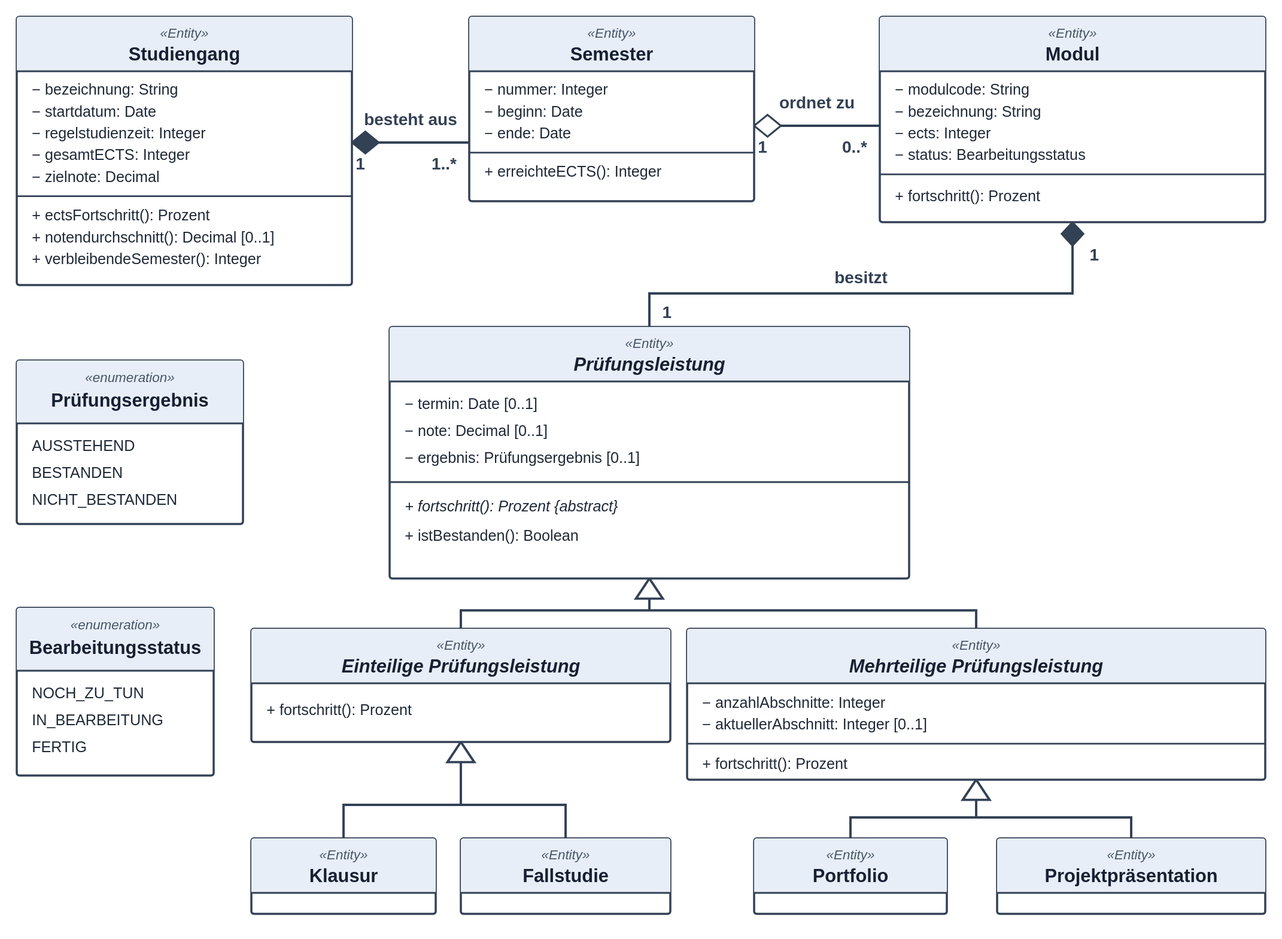
This is uml-klassendiagramm.svg from v277iy/Studien-Dashboard, a PlantUML export, as it was before one commit. Its source is kept beside it as uml-klassendiagramm.puml.
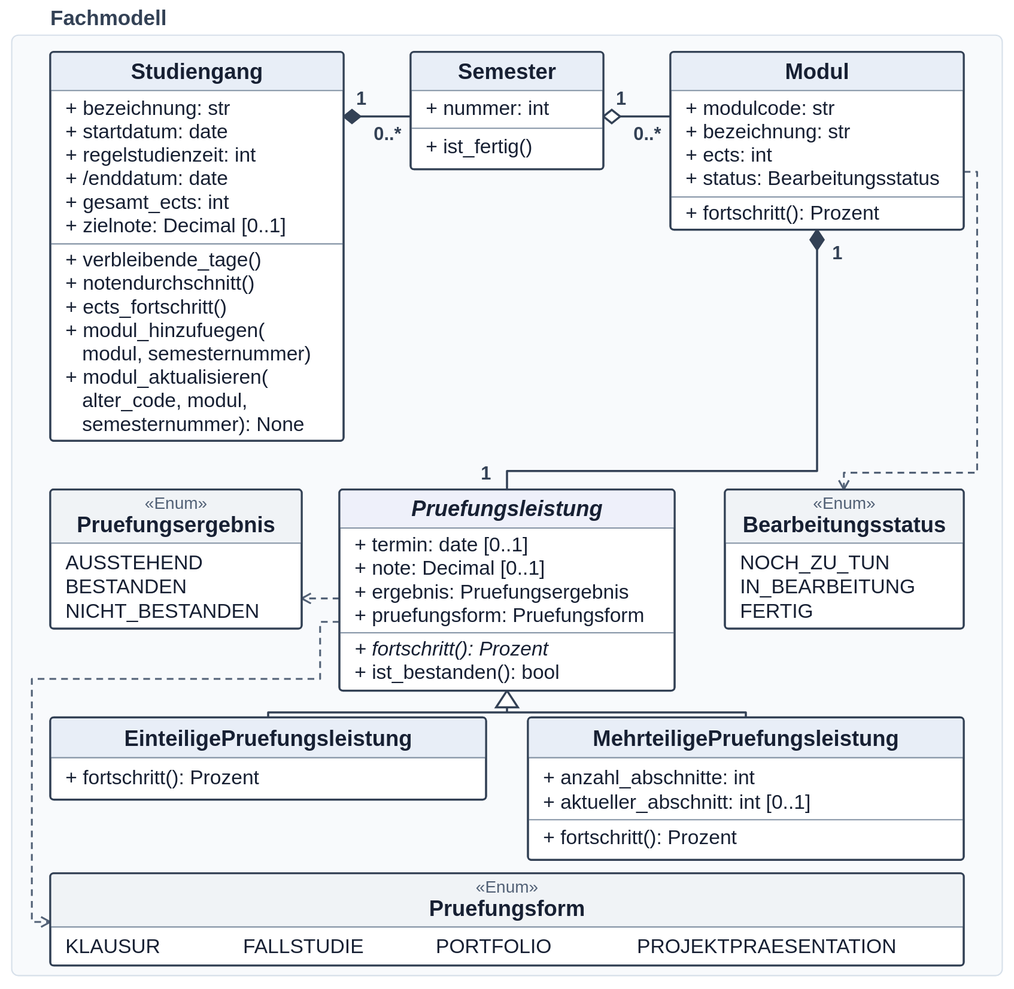
After the change.

Commit message:
Klassendiagramm an Gesamtarchitektur anpassen mit puml

The edit, as a diff of the source:
```diff
@@ -4,56 +4,53 @@
 hide circle
 skinparam classAttributeIconSize 0
 
-class Studiengang <<Entity>> {
-  - bezeichnung: String
-  - startdatum: Date
-  - regelstudienzeit: Integer
-  - gesamtECTS: Integer
-  - zielnote: Decimal
-  + ectsFortschritt(): Prozent
-  + notendurchschnitt(): Decimal [0..1]
-  + verbleibendeSemester(): Integer
+class Studiengang {
+  + bezeichnung: str
+  + startdatum: date
+  + regelstudienzeit: int
+  + /enddatum: date
+  + gesamt_ects: int
+  + zielnote: Decimal [0..1]
+  + verbleibende_tage()
+  + notendurchschnitt()
+  + ects_fortschritt()
+  + modul_hinzufuegen(modul, semesternummer)
+  + modul_aktualisieren(alter_code, modul, semesternummer): None
 }
 
-class Semester <<Entity>> {
-  - nummer: Integer
-  - beginn: Date
-  - ende: Date
-  + erreichteECTS(): Integer
+class Semester {
+  + nummer: int
+  + ist_fertig()
 }
 
-class Modul <<Entity>> {
-  - modulcode: String
-  - bezeichnung: String
-  - ects: Integer
-  - status: Bearbeitungsstatus
+class Modul {
+  + modulcode: str
+  + bezeichnung: str
+  + ects: int
+  + status: Bearbeitungsstatus
   + fortschritt(): Prozent
 }
 
-abstract class "Prüfungsleistung" as Pruefungsleistung <<Entity>> {
-  - termin: Date [0..1]
-  - note: Decimal [0..1]
-  - ergebnis: Prüfungsergebnis [0..1]
+abstract class Pruefungsleistung {
+  + termin: date [0..1]
+  + note: Decimal [0..1]
+  + ergebnis: Pruefungsergebnis
+  + pruefungsform: Pruefungsform
   {abstract} + fortschritt(): Prozent
-  + istBestanden(): Boolean
+  + ist_bestanden(): bool
 }
 
-abstract class "Einteilige Prüfungsleistung" as EinteiligePruefungsleistung <<Entity>> {
+class EinteiligePruefungsleistung {
   + fortschritt(): Prozent
 }
 
-abstract class "Mehrteilige Prüfungsleistung" as MehrteiligePruefungsleistung <<Entity>> {
-  - anzahlAbschnitte: Integer
-  - aktuellerAbschnitt: Integer [0..1]
+class MehrteiligePruefungsleistung {
+  + anzahl_abschnitte: int
+  + aktueller_abschnitt: int [0..1]
   + fortschritt(): Prozent
 }
 
-class Klausur <<Entity>>
-class Fallstudie <<Entity>>
-class Portfolio <<Entity>>
-class "Projektpräsentation" as Projektpraesentation <<Entity>>
-
-enum "Prüfungsergebnis" as Pruefungsergebnis {
+enum Pruefungsergebnis {
   AUSSTEHEND
   BESTANDEN
   NICHT_BESTANDEN
@@ -65,16 +62,22 @@
   FERTIG
 }
 
-Studiengang "1" *-right- "1..*" Semester : besteht aus
-Semester "1" o-right- "0..*" Modul : ordnet zu
-Modul "1" *-- "1" Pruefungsleistung : besitzt
+enum Pruefungsform {
+  KLAUSUR
+  FALLSTUDIE
+  PORTFOLIO
+  PROJEKTPRAESENTATION
+}
+
+Studiengang "1" *-right- "0..*" Semester
+Semester "1" o-right- "0..*" Modul
+Modul "1" *-- "1" Pruefungsleistung
 
 Pruefungsleistung <|-- EinteiligePruefungsleistung
 Pruefungsleistung <|-- MehrteiligePruefungsleistung
 
-EinteiligePruefungsleistung <|-- Klausur
-EinteiligePruefungsleistung <|-- Fallstudie
-MehrteiligePruefungsleistung <|-- Portfolio
-MehrteiligePruefungsleistung <|-- Projektpraesentation
+Modul ..> Bearbeitungsstatus
+Pruefungsleistung ..> Pruefungsergebnis
+Pruefungsleistung ..> Pruefungsform
 
 @enduml
```
